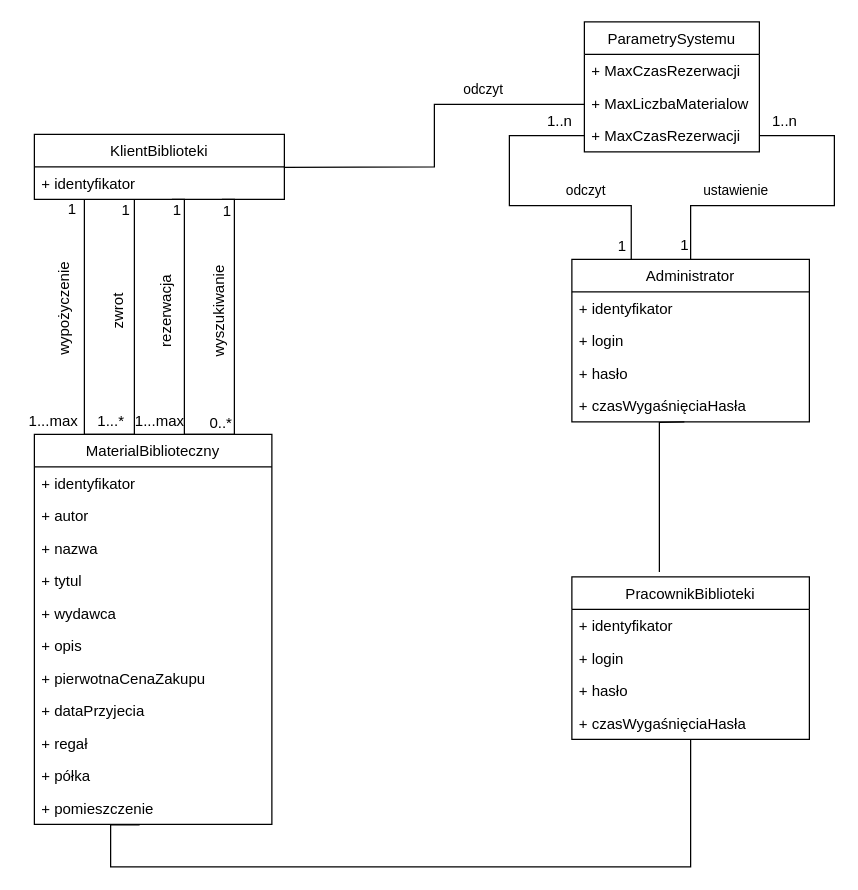
This is Class diagram.drawio from mrogur/inz_opr, a draw.io file, before an edit. Source tidied: cells renumbered, new cells numbered last; positions are measured from the earlier drawing's top-left corner, leaving out a move shared by most shapes. Both pictures are drawn from the tidied source at 125%, with x=0, y=0 at pixel (8, 21).
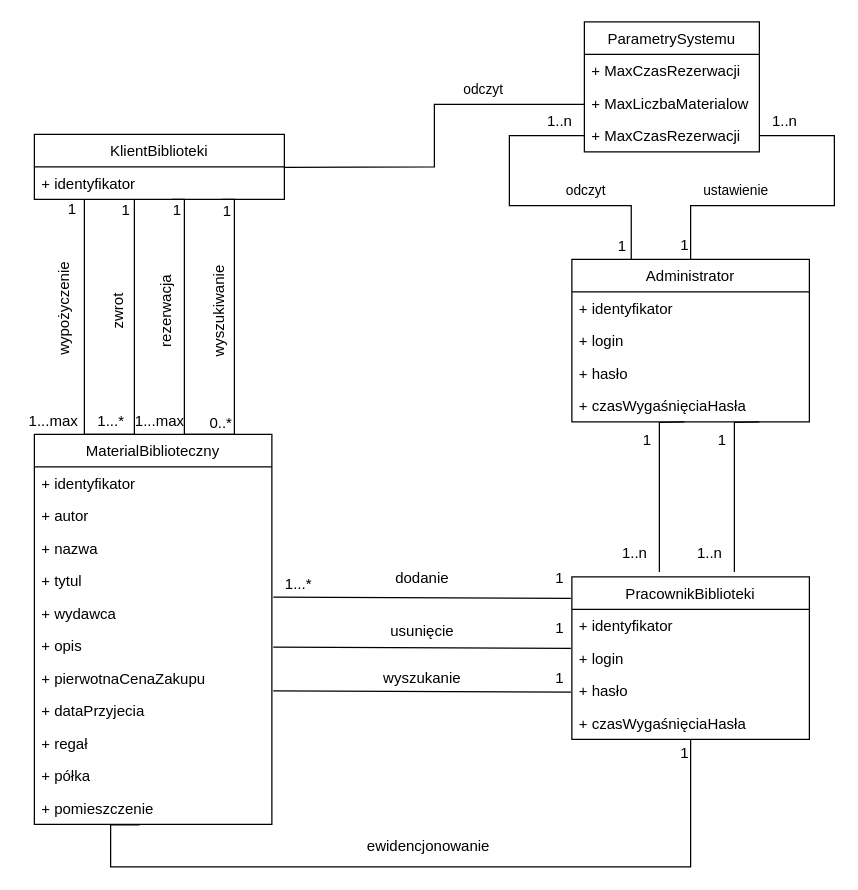
After the change.

Unchanged cells that the change refers to:
```xml
<mxCell id="14" value="PracownikBiblioteki" style="swimlane;fontStyle=0;horizontal=1;startSize=26;fillColor=none;" parent="1" vertex="1">
  <mxGeometry x="451" y="444" width="190" height="130" as="geometry" />
</mxCell>
<mxCell id="24" value="+ wydawca" style="text;strokeColor=none;fillColor=none;align=left;verticalAlign=top;spacingLeft=4;spacingRight=4;overflow=hidden;points=[[0,0.5],[1,0.5]];portConstraint=eastwest;" parent="19" vertex="1">
  <mxGeometry y="130" width="190" height="26" as="geometry" />
</mxCell>
```

The edit, as a diff of the source:
```diff
@@
+    <mxCell id="56" style="edgeStyle=orthogonalEdgeStyle;rounded=0;orthogonalLoop=1;jettySize=auto;html=1;endArrow=none;endFill=0;" parent="1" edge="1">
+      <mxGeometry relative="1" as="geometry">
+        <mxPoint x="601" y="320" as="sourcePoint" />
+        <mxPoint x="581" y="440" as="targetPoint" />
+      </mxGeometry>
+    </mxCell>
+    <mxCell id="57" value="1" style="text;html=1;align=center;verticalAlign=middle;strokeColor=none;fillColor=none;" parent="1" vertex="1">
+      <mxGeometry x="501" y="325" width="20" height="20" as="geometry" />
+    </mxCell>
+    <mxCell id="58" value="1" style="text;html=1;align=center;verticalAlign=middle;strokeColor=none;fillColor=none;" parent="1" vertex="1">
+      <mxGeometry x="561" y="325" width="20" height="20" as="geometry" />
+    </mxCell>
+    <mxCell id="59" value="1..n" style="text;html=1;align=center;verticalAlign=middle;strokeColor=none;fillColor=none;" parent="1" vertex="1">
+      <mxGeometry x="541" y="415" width="40" height="20" as="geometry" />
+    </mxCell>
+    <mxCell id="60" value="1..n" style="text;html=1;align=center;verticalAlign=middle;strokeColor=none;fillColor=none;" parent="1" vertex="1">
+      <mxGeometry x="481" y="415" width="40" height="20" as="geometry" />
+    </mxCell>
+    <mxCell id="61" style="endArrow=none;html=1;rounded=0;exitX=1.006;exitY=0.008;exitDx=0;exitDy=0;exitPerimeter=0;entryX=-0.004;entryY=0.132;entryDx=0;entryDy=0;entryPerimeter=0;" parent="1" edge="1" source="24" target="14">
+      <mxGeometry relative="1" as="geometry" />
+    </mxCell>
+    <mxCell id="62" style="endArrow=none;html=1;rounded=0;exitX=1.006;exitY=0.008;exitDx=0;exitDy=0;exitPerimeter=0;entryX=-0.004;entryY=0.132;entryDx=0;entryDy=0;entryPerimeter=0;" parent="1" edge="1">
+      <mxGeometry relative="1" as="geometry">
+        <mxPoint x="212.1" y="500.2" as="sourcePoint" />
+        <mxPoint x="450.2" y="501.2" as="targetPoint" />
+      </mxGeometry>
+    </mxCell>
+    <mxCell id="63" style="endArrow=none;html=1;rounded=0;exitX=1.006;exitY=0.008;exitDx=0;exitDy=0;exitPerimeter=0;entryX=-0.004;entryY=0.132;entryDx=0;entryDy=0;entryPerimeter=0;" parent="1" edge="1">
+      <mxGeometry relative="1" as="geometry">
+        <mxPoint x="212.1" y="535.2" as="sourcePoint" />
+        <mxPoint x="450.2" y="536.2" as="targetPoint" />
+      </mxGeometry>
+    </mxCell>
+    <mxCell id="64" value="1" style="text;html=1;align=center;verticalAlign=middle;strokeColor=none;fillColor=none;" parent="1" vertex="1">
+      <mxGeometry x="431" y="435" width="20" height="20" as="geometry" />
+    </mxCell>
+    <mxCell id="65" value="1" style="text;html=1;align=center;verticalAlign=middle;strokeColor=none;fillColor=none;" parent="1" vertex="1">
+      <mxGeometry x="431" y="475" width="20" height="20" as="geometry" />
+    </mxCell>
+    <mxCell id="66" value="1" style="text;html=1;align=center;verticalAlign=middle;strokeColor=none;fillColor=none;" parent="1" vertex="1">
+      <mxGeometry x="431" y="515" width="20" height="20" as="geometry" />
+    </mxCell>
+    <mxCell id="67" value="1" style="text;html=1;align=center;verticalAlign=middle;strokeColor=none;fillColor=none;" parent="1" vertex="1">
+      <mxGeometry x="531" y="575" width="20" height="20" as="geometry" />
+    </mxCell>
+    <mxCell id="68" value="dodanie" style="text;html=1;align=center;verticalAlign=middle;strokeColor=none;fillColor=none;" parent="1" vertex="1">
+      <mxGeometry x="301" y="435" width="60" height="20" as="geometry" />
+    </mxCell>
+    <mxCell id="69" value="usunięcie" style="text;html=1;align=center;verticalAlign=middle;strokeColor=none;fillColor=none;" parent="1" vertex="1">
+      <mxGeometry x="296" y="478" width="70" height="20" as="geometry" />
+    </mxCell>
+    <mxCell id="70" value="wyszukanie" style="text;html=1;align=center;verticalAlign=middle;strokeColor=none;fillColor=none;" parent="1" vertex="1">
+      <mxGeometry x="291" y="515" width="80" height="20" as="geometry" />
+    </mxCell>
+    <mxCell id="71" value="ewidencjonowanie" style="text;html=1;align=center;verticalAlign=middle;strokeColor=none;fillColor=none;" parent="1" vertex="1">
+      <mxGeometry x="281" y="650" width="110" height="20" as="geometry" />
+    </mxCell>
+    <mxCell id="72" value="1...*" style="text;html=1;align=center;verticalAlign=middle;strokeColor=none;fillColor=none;" parent="1" vertex="1">
+      <mxGeometry x="212" y="440" width="40" height="20" as="geometry" />
+    </mxCell>
```
